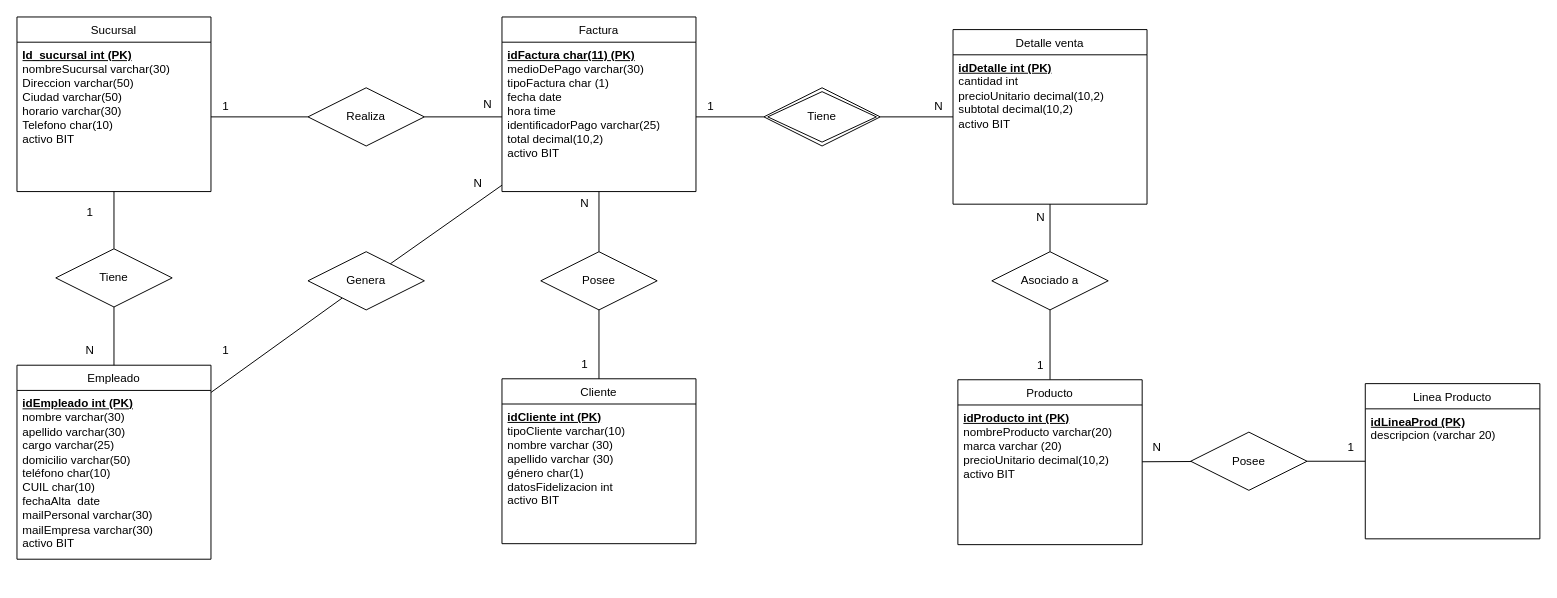
rodriguezgonzalo1204/AuroraSA-DB keeps this draw.io diagram as DER.drawio. Above is the earlier version. Source tidied: cells renumbered, new cells numbered last; positions are measured from the earlier drawing's top-left corner, leaving out a move shared by most shapes. Both pictures are drawn from the tidied source at 97%, with x=0, y=0 at pixel (16, 16).
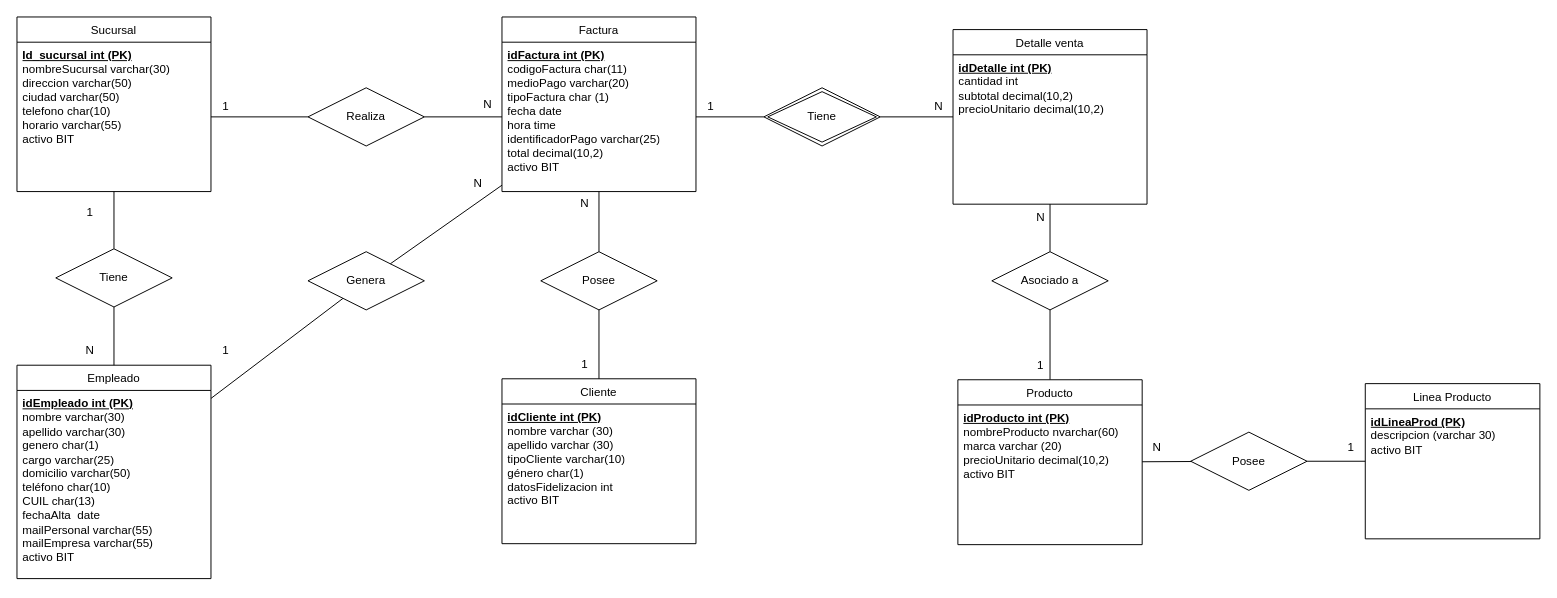
After the change.

Unchanged cells that the change refers to:
```xml
<mxCell id="2" value="&lt;span style=&quot;font-weight: 400;&quot;&gt;Sucursal&lt;/span&gt;" style="swimlane;fontStyle=1;align=center;verticalAlign=top;horizontal=1;startSize=26;whiteSpace=wrap;html=1;" parent="1" vertex="1">
  <mxGeometry width="200" height="180" as="geometry" />
</mxCell>
<mxCell id="4" value="&lt;span style=&quot;font-weight: 400;&quot;&gt;Factura&lt;/span&gt;" style="swimlane;fontStyle=1;align=center;verticalAlign=top;horizontal=1;startSize=26;whiteSpace=wrap;html=1;" parent="1" vertex="1">
  <mxGeometry x="500" width="200" height="180" as="geometry" />
</mxCell>
<mxCell id="6" value="&lt;span style=&quot;font-weight: 400;&quot;&gt;Detalle venta&lt;/span&gt;" style="swimlane;fontStyle=1;align=center;verticalAlign=top;horizontal=1;startSize=26;whiteSpace=wrap;html=1;" parent="1" vertex="1">
  <mxGeometry x="965" y="13" width="200" height="180" as="geometry" />
</mxCell>
<mxCell id="8" value="&lt;span style=&quot;font-weight: 400;&quot;&gt;Cliente&lt;/span&gt;" style="swimlane;fontStyle=1;align=center;verticalAlign=top;horizontal=1;startSize=26;whiteSpace=wrap;html=1;" parent="1" vertex="1">
  <mxGeometry x="500" y="373" width="200" height="170" as="geometry" />
</mxCell>
<mxCell id="43" value="&lt;span style=&quot;font-weight: 400;&quot;&gt;Linea Producto&lt;/span&gt;" style="swimlane;fontStyle=1;align=center;verticalAlign=top;horizontal=1;startSize=26;whiteSpace=wrap;html=1;" parent="1" vertex="1">
  <mxGeometry x="1390" y="378" width="180" height="160" as="geometry" />
</mxCell>
<mxCell id="48" value="&lt;span style=&quot;font-weight: 400;&quot;&gt;Producto&lt;/span&gt;" style="swimlane;fontStyle=1;align=center;verticalAlign=top;horizontal=1;startSize=26;whiteSpace=wrap;html=1;" parent="1" vertex="1">
  <mxGeometry x="970" y="374" width="190" height="170" as="geometry" />
</mxCell>
```

Diff of the diagram source:
```diff
@@
-    <mxCell id="3" value="&lt;b&gt;&lt;u&gt;Id_sucursal int (PK)&lt;/u&gt;&lt;/b&gt;&lt;div&gt;nombreSucursal varchar(30)&lt;/div&gt;&lt;div&gt;Direccion varchar(50&lt;span style=&quot;background-color: transparent; color: light-dark(rgb(0, 0, 0), rgb(255, 255, 255));&quot;&gt;)&lt;/span&gt;&lt;/div&gt;&lt;div&gt;Ciudad varchar(50)&lt;br&gt;horario varchar(30)&lt;/div&gt;&lt;div&gt;Telefono char(10)&lt;/div&gt;&lt;div&gt;activo BIT&lt;/div&gt;" style="text;strokeColor=none;fillColor=none;align=left;verticalAlign=top;spacingLeft=4;spacingRight=4;overflow=hidden;points=[[0,0.5],[1,0.5]];portConstraint=eastwest;whiteSpace=wrap;html=1;" parent="2" vertex="1">
+    <mxCell id="3" value="&lt;b&gt;&lt;u&gt;Id_sucursal int (PK)&lt;/u&gt;&lt;/b&gt;&lt;div&gt;nombreSucursal varchar(30)&lt;/div&gt;&lt;div&gt;direccion varchar(50&lt;span style=&quot;background-color: transparent; color: light-dark(rgb(0, 0, 0), rgb(255, 255, 255));&quot;&gt;)&lt;/span&gt;&lt;/div&gt;&lt;div&gt;ciudad varchar(50)&lt;/div&gt;&lt;div&gt;telefono char(10)&lt;br&gt;horario varchar(55)&lt;/div&gt;&lt;div&gt;activo BIT&lt;/div&gt;" style="text;strokeColor=none;fillColor=none;align=left;verticalAlign=top;spacingLeft=4;spacingRight=4;overflow=hidden;points=[[0,0.5],[1,0.5]];portConstraint=eastwest;whiteSpace=wrap;html=1;" parent="2" vertex="1">
       <mxGeometry y="26" width="200" height="154" as="geometry" />
     </mxCell>
@@
-    <mxCell id="5" value="&lt;div&gt;&lt;b&gt;&lt;u&gt;idFactura char(11) (PK)&lt;/u&gt;&lt;/b&gt;&lt;/div&gt;&lt;div&gt;medioDePago varchar(30)&lt;br&gt;tipoFactura char (1)&lt;/div&gt;&lt;div&gt;fecha date&lt;/div&gt;&lt;div&gt;hora time&lt;/div&gt;&lt;div&gt;identificadorPago varchar(25)&lt;/div&gt;&lt;div&gt;&lt;span style=&quot;background-color: transparent; color: light-dark(rgb(0, 0, 0), rgb(255, 255, 255));&quot;&gt;total decimal(10,2)&lt;/span&gt;&lt;/div&gt;&lt;div&gt;&lt;span style=&quot;background-color: transparent; color: light-dark(rgb(0, 0, 0), rgb(255, 255, 255));&quot;&gt;activo BIT&lt;/span&gt;&lt;/div&gt;" style="text;strokeColor=none;fillColor=none;align=left;verticalAlign=top;spacingLeft=4;spacingRight=4;overflow=hidden;points=[[0,0.5],[1,0.5]];portConstraint=eastwest;whiteSpace=wrap;html=1;" parent="4" vertex="1">
+    <mxCell id="5" value="&lt;div&gt;&lt;b&gt;&lt;u&gt;idFactura int (PK)&lt;/u&gt;&lt;/b&gt;&lt;/div&gt;&lt;div&gt;codigoFactura char(11)&amp;nbsp;&lt;/div&gt;&lt;div&gt;medioPago varchar(20)&lt;br&gt;tipoFactura char (1)&lt;/div&gt;&lt;div&gt;fecha date&lt;/div&gt;&lt;div&gt;hora time&lt;/div&gt;&lt;div&gt;identificadorPago varchar(25)&lt;/div&gt;&lt;div&gt;&lt;span style=&quot;background-color: transparent; color: light-dark(rgb(0, 0, 0), rgb(255, 255, 255));&quot;&gt;total decimal(10,2)&lt;/span&gt;&lt;/div&gt;&lt;div&gt;&lt;span style=&quot;background-color: transparent; color: light-dark(rgb(0, 0, 0), rgb(255, 255, 255));&quot;&gt;activo BIT&lt;/span&gt;&lt;/div&gt;" style="text;strokeColor=none;fillColor=none;align=left;verticalAlign=top;spacingLeft=4;spacingRight=4;overflow=hidden;points=[[0,0.5],[1,0.5]];portConstraint=eastwest;whiteSpace=wrap;html=1;" parent="4" vertex="1">
       <mxGeometry y="26" width="200" height="154" as="geometry" />
     </mxCell>
@@
-    <mxCell id="7" value="&lt;div&gt;&lt;b&gt;&lt;u&gt;idDetalle int (PK)&lt;/u&gt;&lt;/b&gt;&lt;/div&gt;&lt;div&gt;&lt;span style=&quot;background-color: transparent; color: light-dark(rgb(0, 0, 0), rgb(255, 255, 255));&quot;&gt;cantidad int&lt;/span&gt;&lt;/div&gt;&lt;div&gt;&lt;span style=&quot;background-color: transparent; color: light-dark(rgb(0, 0, 0), rgb(255, 255, 255));&quot;&gt;precioUnitario decimal(10,2)&amp;nbsp;&lt;/span&gt;&lt;/div&gt;&lt;div&gt;&lt;span style=&quot;background-color: transparent; color: light-dark(rgb(0, 0, 0), rgb(255, 255, 255));&quot;&gt;subtotal decimal(10,2)&lt;/span&gt;&lt;/div&gt;&lt;div&gt;&lt;span style=&quot;background-color: transparent; color: light-dark(rgb(0, 0, 0), rgb(255, 255, 255));&quot;&gt;activo BIT&lt;/span&gt;&lt;/div&gt;" style="text;strokeColor=none;fillColor=none;align=left;verticalAlign=top;spacingLeft=4;spacingRight=4;overflow=hidden;whiteSpace=wrap;html=1;" parent="6" vertex="1">
+    <mxCell id="7" value="&lt;div&gt;&lt;b&gt;&lt;u&gt;idDetalle int (PK)&lt;/u&gt;&lt;/b&gt;&lt;/div&gt;&lt;div&gt;&lt;span style=&quot;background-color: transparent; color: light-dark(rgb(0, 0, 0), rgb(255, 255, 255));&quot;&gt;cantidad int&lt;/span&gt;&lt;/div&gt;&lt;div&gt;&lt;span style=&quot;background-color: transparent; color: light-dark(rgb(0, 0, 0), rgb(255, 255, 255));&quot;&gt;subtotal decimal(10,2)&lt;/span&gt;&lt;/div&gt;&lt;div&gt;precioUnitario decimal(10,2)&amp;nbsp;&lt;span style=&quot;background-color: transparent; color: light-dark(rgb(0, 0, 0), rgb(255, 255, 255));&quot;&gt;&lt;/span&gt;&lt;/div&gt;" style="text;strokeColor=none;fillColor=none;align=left;verticalAlign=top;spacingLeft=4;spacingRight=4;overflow=hidden;whiteSpace=wrap;html=1;" parent="6" vertex="1">
       <mxGeometry y="26" width="200" height="154" as="geometry" />
     </mxCell>
@@
-    <mxCell id="9" value="&lt;div&gt;&lt;u&gt;&lt;b&gt;idCliente int (PK)&lt;/b&gt;&lt;/u&gt;&lt;/div&gt;&lt;div&gt;tipoCliente varchar(10)&lt;/div&gt;&lt;div&gt;nombre varchar (30)&lt;/div&gt;&lt;div&gt;apellido varchar (30)&lt;/div&gt;&lt;div&gt;&lt;span style=&quot;background-color: transparent; color: light-dark(rgb(0, 0, 0), rgb(255, 255, 255));&quot;&gt;género char(1)&lt;/span&gt;&lt;/div&gt;&lt;div&gt;datosFidelizacion int&lt;/div&gt;&lt;div&gt;activo BIT&lt;/div&gt;" style="text;strokeColor=none;fillColor=none;align=left;verticalAlign=top;spacingLeft=4;spacingRight=4;overflow=hidden;whiteSpace=wrap;html=1;" parent="8" vertex="1">
+    <mxCell id="9" value="&lt;div&gt;&lt;u&gt;&lt;b&gt;idCliente int (PK)&lt;/b&gt;&lt;/u&gt;&lt;/div&gt;&lt;div&gt;&lt;span style=&quot;background-color: transparent; color: light-dark(rgb(0, 0, 0), rgb(255, 255, 255));&quot;&gt;nombre varchar (30)&lt;/span&gt;&lt;/div&gt;&lt;div&gt;apellido varchar (30)&lt;br&gt;tipoCliente varchar(10)&lt;/div&gt;&lt;div&gt;&lt;span style=&quot;background-color: transparent; color: light-dark(rgb(0, 0, 0), rgb(255, 255, 255));&quot;&gt;género char(1)&lt;/span&gt;&lt;/div&gt;&lt;div&gt;datosFidelizacion int&lt;/div&gt;&lt;div&gt;activo BIT&lt;/div&gt;" style="text;strokeColor=none;fillColor=none;align=left;verticalAlign=top;spacingLeft=4;spacingRight=4;overflow=hidden;whiteSpace=wrap;html=1;" parent="8" vertex="1">
       <mxGeometry y="26" width="200" height="144" as="geometry" />
     </mxCell>
     <mxCell id="10" value="&lt;span style=&quot;font-weight: 400;&quot;&gt;Empleado&lt;/span&gt;" style="swimlane;fontStyle=1;align=center;verticalAlign=top;horizontal=1;startSize=26;whiteSpace=wrap;html=1;" parent="1" vertex="1">
-      <mxGeometry y="359" width="200" height="200" as="geometry" />
+      <mxGeometry y="359" width="200" height="220" as="geometry" />
     </mxCell>
-    <mxCell id="11" value="&lt;div&gt;&lt;u&gt;&lt;b style=&quot;&quot;&gt;idEmpleado int (PK&lt;/b&gt;&lt;b style=&quot;background-color: transparent; color: light-dark(rgb(0, 0, 0), rgb(255, 255, 255));&quot;&gt;)&lt;/b&gt;&lt;/u&gt;&lt;/div&gt;&lt;div&gt;nombre varchar(30)&lt;/div&gt;&lt;div&gt;apellido varchar(30)&lt;br&gt;cargo varchar(25)&lt;/div&gt;&lt;div&gt;domicilio varchar(50)&lt;/div&gt;&lt;div&gt;teléfono char(10)&lt;/div&gt;&lt;div&gt;CUIL char(10)&lt;/div&gt;&lt;div&gt;fechaAlta&amp;nbsp; date&lt;br&gt;&lt;/div&gt;&lt;div&gt;mailPersonal varchar(30)&lt;/div&gt;&lt;div&gt;mailEmpresa varchar(30)&lt;/div&gt;&lt;div&gt;&lt;span style=&quot;background-color: transparent; color: light-dark(rgb(0, 0, 0), rgb(255, 255, 255));&quot;&gt;activo BIT&lt;/span&gt;&lt;/div&gt;" style="text;strokeColor=none;fillColor=none;align=left;verticalAlign=top;spacingLeft=4;spacingRight=4;overflow=hidden;whiteSpace=wrap;html=1;" parent="10" vertex="1">
-      <mxGeometry y="26" width="200" height="174" as="geometry" />
+    <mxCell id="11" value="&lt;div&gt;&lt;u&gt;&lt;b style=&quot;&quot;&gt;idEmpleado int (PK&lt;/b&gt;&lt;b style=&quot;background-color: transparent; color: light-dark(rgb(0, 0, 0), rgb(255, 255, 255));&quot;&gt;)&lt;/b&gt;&lt;/u&gt;&lt;/div&gt;&lt;div&gt;nombre varchar(30)&lt;/div&gt;&lt;div&gt;apellido varchar(30)&lt;/div&gt;&lt;div&gt;genero char(1)&lt;br&gt;cargo varchar(25)&lt;/div&gt;&lt;div&gt;domicilio varchar(50)&lt;/div&gt;&lt;div&gt;teléfono char(10)&lt;/div&gt;&lt;div&gt;CUIL char(13)&lt;/div&gt;&lt;div&gt;fechaAlta&amp;nbsp; date&lt;br&gt;&lt;/div&gt;&lt;div&gt;mailPersonal varchar(55)&lt;/div&gt;&lt;div&gt;mailEmpresa varchar(55)&lt;/div&gt;&lt;div&gt;&lt;span style=&quot;background-color: transparent; color: light-dark(rgb(0, 0, 0), rgb(255, 255, 255));&quot;&gt;activo BIT&lt;/span&gt;&lt;/div&gt;" style="text;strokeColor=none;fillColor=none;align=left;verticalAlign=top;spacingLeft=4;spacingRight=4;overflow=hidden;whiteSpace=wrap;html=1;" parent="10" vertex="1">
+      <mxGeometry y="26" width="200" height="194" as="geometry" />
     </mxCell>
@@
-    <mxCell id="44" value="&lt;div&gt;&lt;b&gt;&lt;u&gt;idLineaProd (PK)&lt;/u&gt;&lt;/b&gt;&lt;/div&gt;&lt;div&gt;&lt;span style=&quot;background-color: transparent; color: light-dark(rgb(0, 0, 0), rgb(255, 255, 255));&quot;&gt;descripcion (varchar 20)&amp;nbsp;&lt;br&gt;&lt;/span&gt;&lt;/div&gt;" style="text;strokeColor=none;fillColor=none;align=left;verticalAlign=top;spacingLeft=4;spacingRight=4;overflow=hidden;whiteSpace=wrap;html=1;" parent="43" vertex="1">
+    <mxCell id="44" value="&lt;div&gt;&lt;b&gt;&lt;u&gt;idLineaProd (PK)&lt;/u&gt;&lt;/b&gt;&lt;/div&gt;&lt;div&gt;&lt;span style=&quot;background-color: transparent; color: light-dark(rgb(0, 0, 0), rgb(255, 255, 255));&quot;&gt;descripcion (varchar 30)&amp;nbsp;&lt;br&gt;&lt;/span&gt;&lt;/div&gt;&lt;div&gt;&lt;span style=&quot;background-color: transparent; color: light-dark(rgb(0, 0, 0), rgb(255, 255, 255));&quot;&gt;activo BIT&lt;/span&gt;&lt;/div&gt;" style="text;strokeColor=none;fillColor=none;align=left;verticalAlign=top;spacingLeft=4;spacingRight=4;overflow=hidden;whiteSpace=wrap;html=1;" parent="43" vertex="1">
       <mxGeometry y="26" width="180" height="134" as="geometry" />
     </mxCell>
@@
-    <mxCell id="49" value="&lt;div&gt;&lt;u&gt;&lt;b&gt;idProducto int (PK)&lt;/b&gt;&lt;/u&gt;&lt;/div&gt;&lt;div&gt;nombreProducto varchar(20)&lt;/div&gt;&lt;div&gt;&lt;span style=&quot;background-color: transparent; color: light-dark(rgb(0, 0, 0), rgb(255, 255, 255));&quot;&gt;marca varchar (20)&lt;/span&gt;&lt;/div&gt;&lt;div&gt;precioUnitario decimal(10,2)&lt;/div&gt;&lt;div&gt;activo BIT&lt;/div&gt;" style="text;strokeColor=none;fillColor=none;align=left;verticalAlign=top;spacingLeft=4;spacingRight=4;overflow=hidden;whiteSpace=wrap;html=1;" parent="48" vertex="1">
+    <mxCell id="49" value="&lt;div&gt;&lt;u&gt;&lt;b&gt;idProducto int (PK)&lt;/b&gt;&lt;/u&gt;&lt;/div&gt;&lt;div&gt;nombreProducto nvarchar(60)&lt;/div&gt;&lt;div&gt;&lt;span style=&quot;background-color: transparent; color: light-dark(rgb(0, 0, 0), rgb(255, 255, 255));&quot;&gt;marca varchar (20)&lt;/span&gt;&lt;/div&gt;&lt;div&gt;precioUnitario decimal(10,2)&lt;/div&gt;&lt;div&gt;activo BIT&lt;/div&gt;" style="text;strokeColor=none;fillColor=none;align=left;verticalAlign=top;spacingLeft=4;spacingRight=4;overflow=hidden;whiteSpace=wrap;html=1;" parent="48" vertex="1">
       <mxGeometry y="26" width="190" height="144" as="geometry" />
     </mxCell>
```
